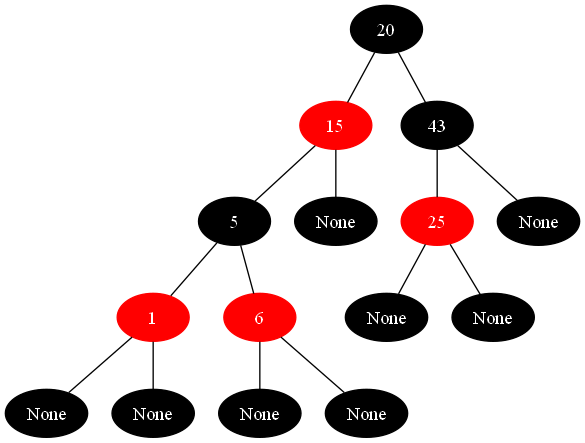
This is rbt_after_delete.png from UofA522/Project2, a Graphviz export, as it was before one commit. Its source is kept beside it as rbt_after_delete.dot. The source it was exported from:
```dot
graph {
	 0 [label="20", color=black, style=filled, fontcolor=white];
	 1 [label="15", color=red, style=filled, fontcolor=white];
	 2 [label="5", color=black, style=filled, fontcolor=white];
	 3 [label="1", color=red, style=filled, fontcolor=white];
	 4 [label="None", color=black, style=filled, fontcolor=white];
	 5 [label="None", color=black, style=filled, fontcolor=white];
	 6 [label="6", color=red, style=filled, fontcolor=white];
	 7 [label="None", color=black, style=filled, fontcolor=white];
	 8 [label="None", color=black, style=filled, fontcolor=white];
	 9 [label="None", color=black, style=filled, fontcolor=white];
	 10 [label="43", color=black, style=filled, fontcolor=white];
	 11 [label="25", color=red, style=filled, fontcolor=white];
	 12 [label="None", color=black, style=filled, fontcolor=white];
	 13 [label="None", color=black, style=filled, fontcolor=white];
	 14 [label="None", color=black, style=filled, fontcolor=white];
	 0 -- 1;
	 1 -- 2;
	 2 -- 3;
	 3 -- 4;
	 3 -- 5;
	 2 -- 6;
	 6 -- 7;
	 6 -- 8;
	 1 -- 9;
	 0 -- 10;
	 10 -- 11;
	 11 -- 12;
	 11 -- 13;
	 10 -- 14;
}
```
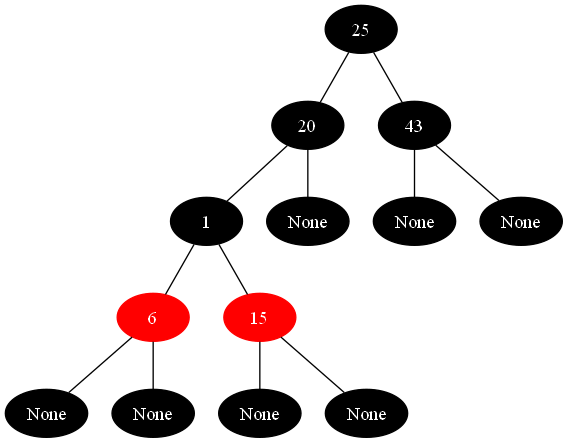
The same diagram one commit later.

Change to the diagram source:
```diff
@@ -1,19 +1,17 @@
 graph {
-	 0 [label="20", color=black, style=filled, fontcolor=white];
-	 1 [label="15", color=red, style=filled, fontcolor=white];
-	 2 [label="5", color=black, style=filled, fontcolor=white];
-	 3 [label="1", color=red, style=filled, fontcolor=white];
+	 0 [label="25", color=black, style=filled, fontcolor=white];
+	 1 [label="20", color=black, style=filled, fontcolor=white];
+	 2 [label="1", color=black, style=filled, fontcolor=white];
+	 3 [label="6", color=red, style=filled, fontcolor=white];
 	 4 [label="None", color=black, style=filled, fontcolor=white];
 	 5 [label="None", color=black, style=filled, fontcolor=white];
-	 6 [label="6", color=red, style=filled, fontcolor=white];
+	 6 [label="15", color=red, style=filled, fontcolor=white];
 	 7 [label="None", color=black, style=filled, fontcolor=white];
 	 8 [label="None", color=black, style=filled, fontcolor=white];
 	 9 [label="None", color=black, style=filled, fontcolor=white];
 	 10 [label="43", color=black, style=filled, fontcolor=white];
-	 11 [label="25", color=red, style=filled, fontcolor=white];
+	 11 [label="None", color=black, style=filled, fontcolor=white];
 	 12 [label="None", color=black, style=filled, fontcolor=white];
-	 13 [label="None", color=black, style=filled, fontcolor=white];
-	 14 [label="None", color=black, style=filled, fontcolor=white];
 	 0 -- 1;
 	 1 -- 2;
 	 2 -- 3;
@@ -25,7 +23,5 @@
 	 1 -- 9;
 	 0 -- 10;
 	 10 -- 11;
-	 11 -- 12;
-	 11 -- 13;
-	 10 -- 14;
+	 10 -- 12;
 }
```
